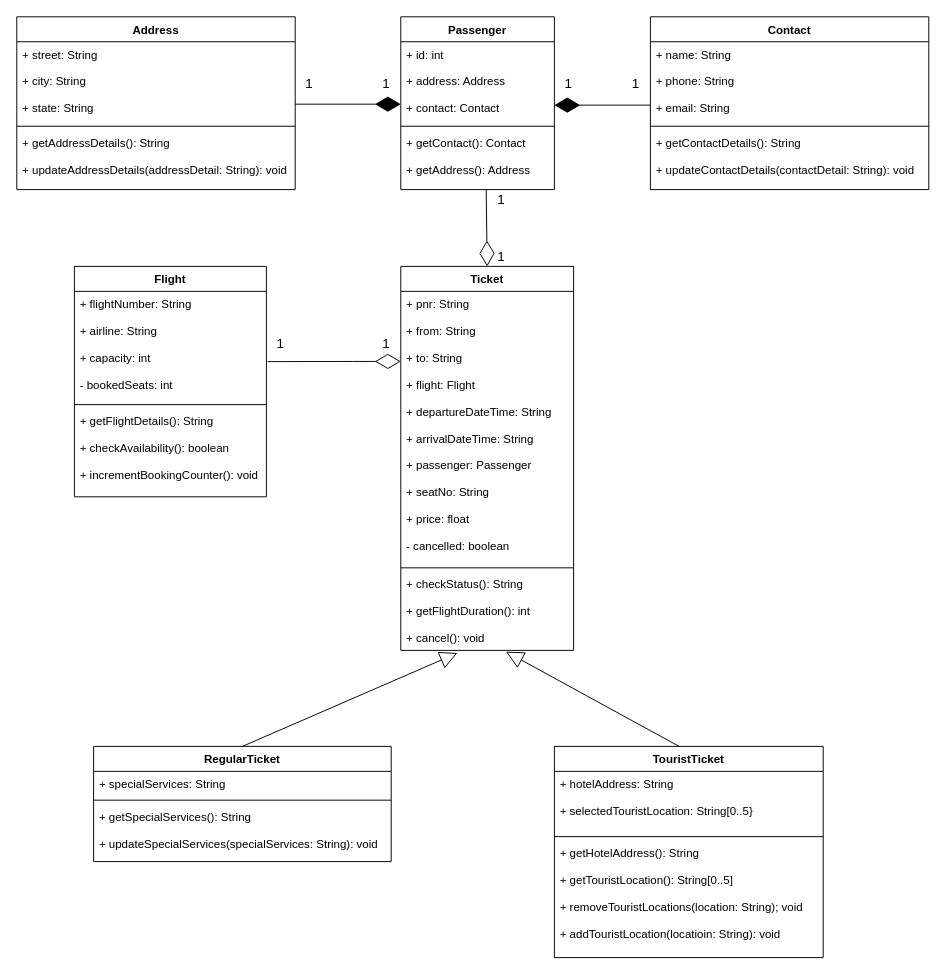
Above: Flight Reservation System.drawio in bhupenderrao/Flight-Reservation-System (draw.io), before the change. Source tidied: cells renumbered, new cells numbered last; positions are measured from the earlier drawing's top-left corner, leaving out a move shared by most shapes. Both pictures are drawn from the tidied source at 96%, with x=0, y=0 at pixel (16, 16).
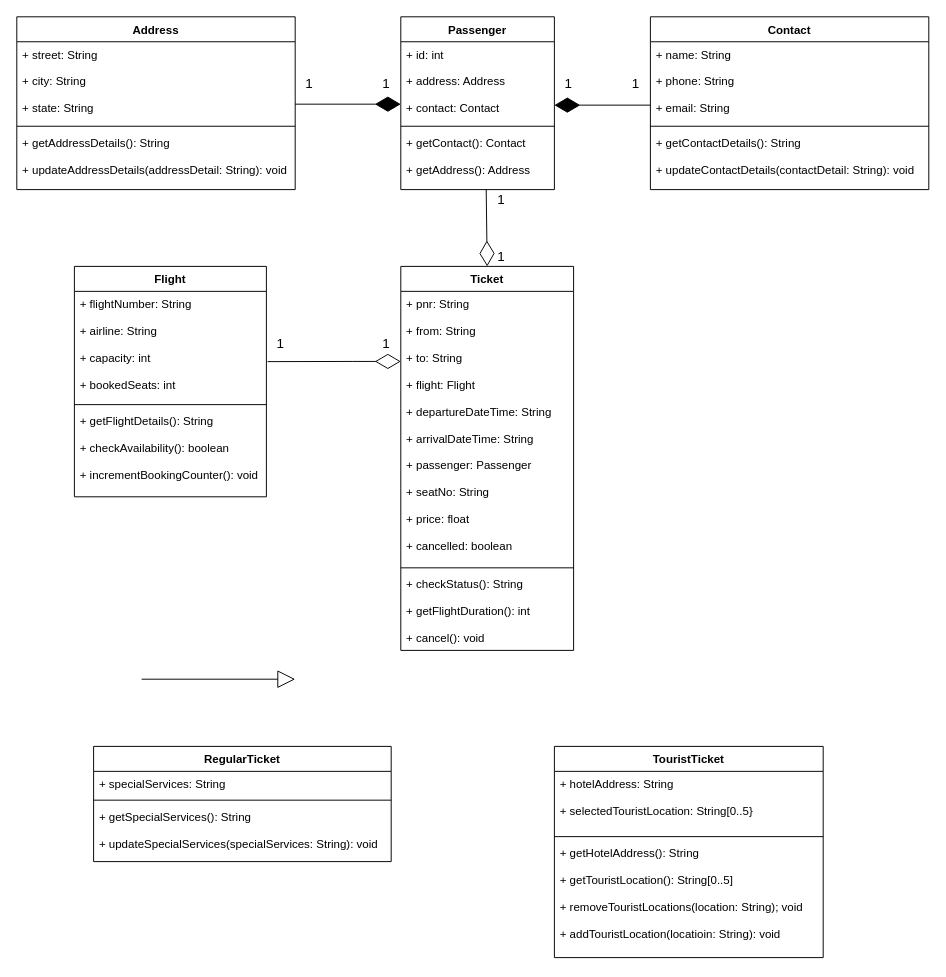
The same page after the edit.

Unchanged cells that the change refers to:
```xml
<mxCell id="15" value="Flight" style="swimlane;fontStyle=1;align=center;verticalAlign=top;horizontal=1;startSize=26;" parent="1" vertex="1">
  <mxGeometry x="60" y="260" width="200" height="240" as="geometry" />
</mxCell>
<mxCell id="19" value="Ticket" style="swimlane;fontStyle=1;align=center;verticalAlign=top;horizontal=1;startSize=26;" parent="1" vertex="1">
  <mxGeometry x="400" y="260" width="180" height="400" as="geometry" />
</mxCell>
<mxCell id="22" value="+ checkStatus(): String&#10;&#10;+ getFlightDuration(): int&#10;&#10;+ cancel(): void" style="text;strokeColor=none;fillColor=none;align=left;verticalAlign=top;spacingLeft=4;spacingRight=4;overflow=hidden;points=[[0,0.5],[1,0.5]];portConstraint=eastwest;" parent="19" vertex="1">
  <mxGeometry y="318" width="180" height="82" as="geometry" />
</mxCell>
<mxCell id="23" value="RegularTicket" style="swimlane;fontStyle=1;align=center;verticalAlign=top;horizontal=1;startSize=26;" parent="1" vertex="1">
  <mxGeometry x="80" y="760" width="310" height="120" as="geometry" />
</mxCell>
<mxCell id="27" value="TouristTicket" style="swimlane;fontStyle=1;align=center;verticalAlign=top;horizontal=1;startSize=26;" parent="1" vertex="1">
  <mxGeometry x="560" y="760" width="280" height="220" as="geometry" />
</mxCell>
```

Change to the diagram source:
```diff
@@
-    <mxCell id="16" value="+ flightNumber: String&#10;&#10;+ airline: String&#10;&#10;+ capacity: int&#10;&#10;- bookedSeats: int" style="text;strokeColor=none;fillColor=none;align=left;verticalAlign=top;spacingLeft=4;spacingRight=4;overflow=hidden;points=[[0,0.5],[1,0.5]];portConstraint=eastwest;" parent="15" vertex="1">
+    <mxCell id="16" value="+ flightNumber: String&#10;&#10;+ airline: String&#10;&#10;+ capacity: int&#10;&#10;+ bookedSeats: int" style="text;strokeColor=none;fillColor=none;align=left;verticalAlign=top;spacingLeft=4;spacingRight=4;overflow=hidden;points=[[0,0.5],[1,0.5]];portConstraint=eastwest;" parent="15" vertex="1">
       <mxGeometry y="26" width="200" height="114" as="geometry" />
     </mxCell>
@@
-    <mxCell id="20" value="+ pnr: String&#10;&#10;+ from: String&#10;&#10;+ to: String&#10;&#10;+ flight: Flight&#10;&#10;+ departureDateTime: String&#10;&#10;+ arrivalDateTime: String&#10;&#10;+ passenger: Passenger&#10;&#10;+ seatNo: String&#10;&#10;+ price: float&#10;&#10;- cancelled: boolean" style="text;strokeColor=none;fillColor=none;align=left;verticalAlign=top;spacingLeft=4;spacingRight=4;overflow=hidden;" parent="19" vertex="1">
+    <mxCell id="20" value="+ pnr: String&#10;&#10;+ from: String&#10;&#10;+ to: String&#10;&#10;+ flight: Flight&#10;&#10;+ departureDateTime: String&#10;&#10;+ arrivalDateTime: String&#10;&#10;+ passenger: Passenger&#10;&#10;+ seatNo: String&#10;&#10;+ price: float&#10;&#10;+ cancelled: boolean" style="text;strokeColor=none;fillColor=none;align=left;verticalAlign=top;spacingLeft=4;spacingRight=4;overflow=hidden;" parent="19" vertex="1">
       <mxGeometry y="26" width="180" height="284" as="geometry" />
     </mxCell>
@@
-    <mxCell id="42" style="endArrow=block;endSize=16;endFill=0;html=1;rounded=0;fontSize=14;exitX=0.5;exitY=0;exitDx=0;exitDy=0;entryX=0.328;entryY=1.033;entryDx=0;entryDy=0;entryPerimeter=0;" parent="1" edge="1" source="23" target="22">
-      <mxGeometry relative="1" as="geometry" />
+    <mxCell id="42" style="endArrow=block;endSize=16;endFill=0;html=1;rounded=0;fontSize=14;" parent="1" edge="1">
+      <mxGeometry relative="1" as="geometry">
+        <mxPoint x="130" y="690" as="sourcePoint" />
+        <mxPoint x="290" y="690" as="targetPoint" />
+      </mxGeometry>
     </mxCell>
-    <mxCell id="43" style="endArrow=block;endSize=16;endFill=0;html=1;rounded=0;fontSize=14;exitX=0.464;exitY=0;exitDx=0;exitDy=0;entryX=0.609;entryY=1.016;entryDx=0;entryDy=0;entryPerimeter=0;exitPerimeter=0;" parent="1" edge="1" source="27" target="22">
-      <mxGeometry relative="1" as="geometry" />
-    </mxCell>
```
